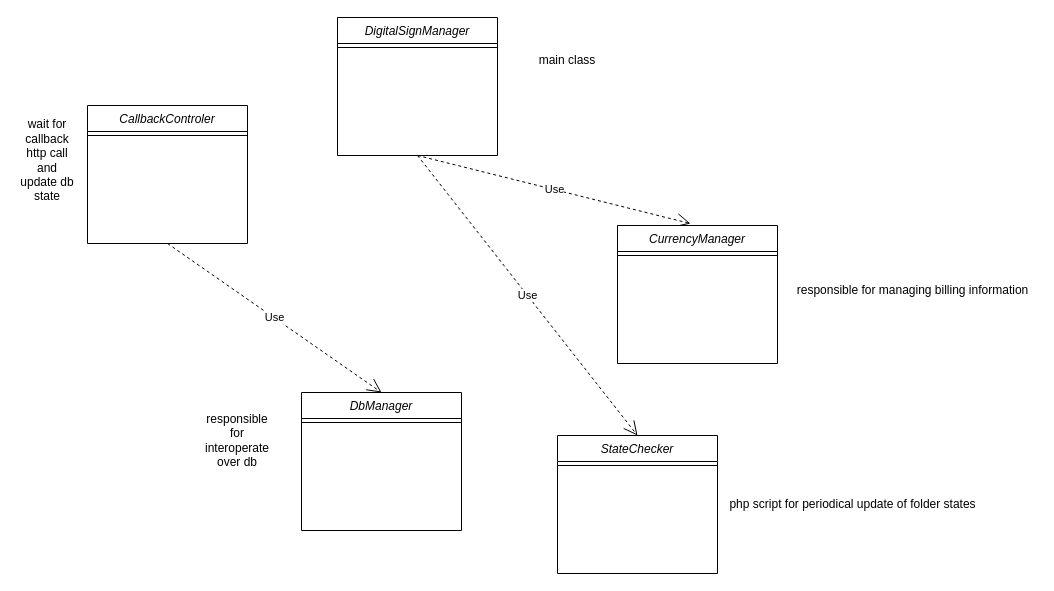
Earlier version of the draw.io diagram Class_diagram.drawio (carnivuth/digitalsignIntegrationdoc). Source tidied: cells renumbered, new cells numbered last; positions are measured from the earlier drawing's top-left corner, leaving out a move shared by most shapes. Both pictures are drawn from the tidied source at 100%, with x=0, y=0 at pixel (17, 17).
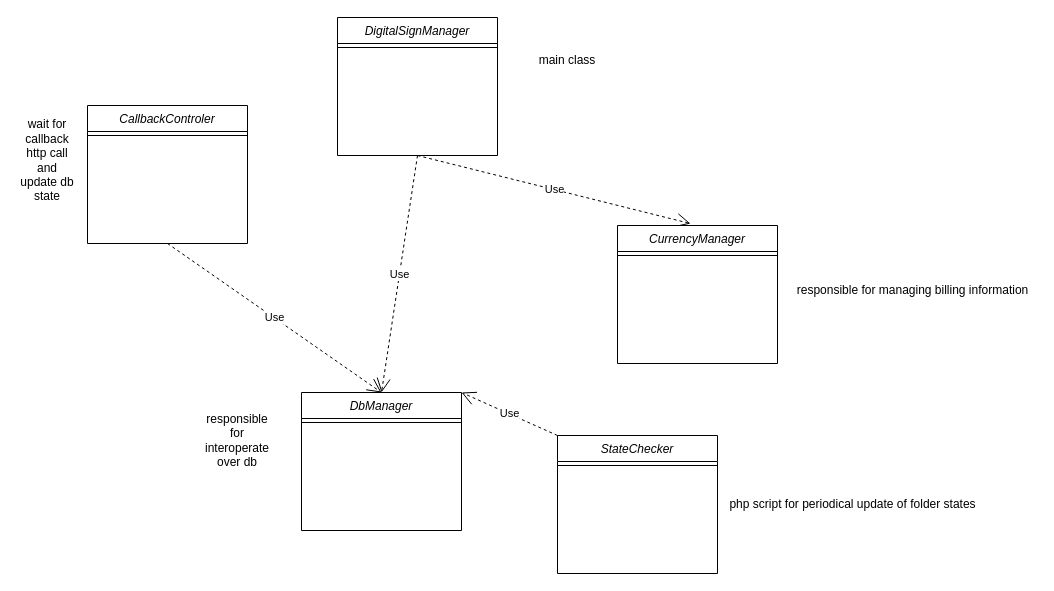
After the change.

Unchanged cells that the change refers to:
```xml
<mxCell id="2" value="DigitalSignManager" style="swimlane;fontStyle=2;align=center;verticalAlign=top;horizontal=1;startSize=26;rounded=0;shadow=0;strokeWidth=1;" parent="1" vertex="1">
  <mxGeometry x="320" width="160" height="138" as="geometry" />
</mxCell>
<mxCell id="4" value="DbManager" style="swimlane;fontStyle=2;align=center;verticalAlign=top;horizontal=1;startSize=26;rounded=0;shadow=0;strokeWidth=1;" parent="1" vertex="1">
  <mxGeometry x="284" y="375" width="160" height="138" as="geometry" />
</mxCell>
<mxCell id="12" value="StateChecker" style="swimlane;fontStyle=2;align=center;verticalAlign=top;horizontal=1;startSize=26;rounded=0;shadow=0;strokeWidth=1;" parent="1" vertex="1">
  <mxGeometry x="540" y="418" width="160" height="138" as="geometry" />
</mxCell>
```

Change to the diagram source:
```diff
@@
-    <mxCell id="14" value="Use" style="endArrow=open;endSize=12;dashed=1;html=1;rounded=0;exitX=0.5;exitY=1;exitDx=0;exitDy=0;entryX=0.5;entryY=0;entryDx=0;entryDy=0;" parent="1" edge="1" source="2" target="12">
+    <mxCell id="14" value="Use" style="endArrow=open;endSize=12;dashed=1;html=1;rounded=0;exitX=0.5;exitY=1;exitDx=0;exitDy=0;entryX=0.5;entryY=0;entryDx=0;entryDy=0;" parent="1" edge="1" source="2" target="4">
       <mxGeometry relative="1" as="geometry" />
     </mxCell>
@@
+    <mxCell id="20" value="Use" style="endArrow=open;endSize=12;dashed=1;html=1;rounded=0;entryX=1;entryY=0;entryDx=0;entryDy=0;exitX=0;exitY=0;exitDx=0;exitDy=0;" parent="1" edge="1" source="12" target="4">
+      <mxGeometry relative="1" as="geometry" />
+    </mxCell>
```
